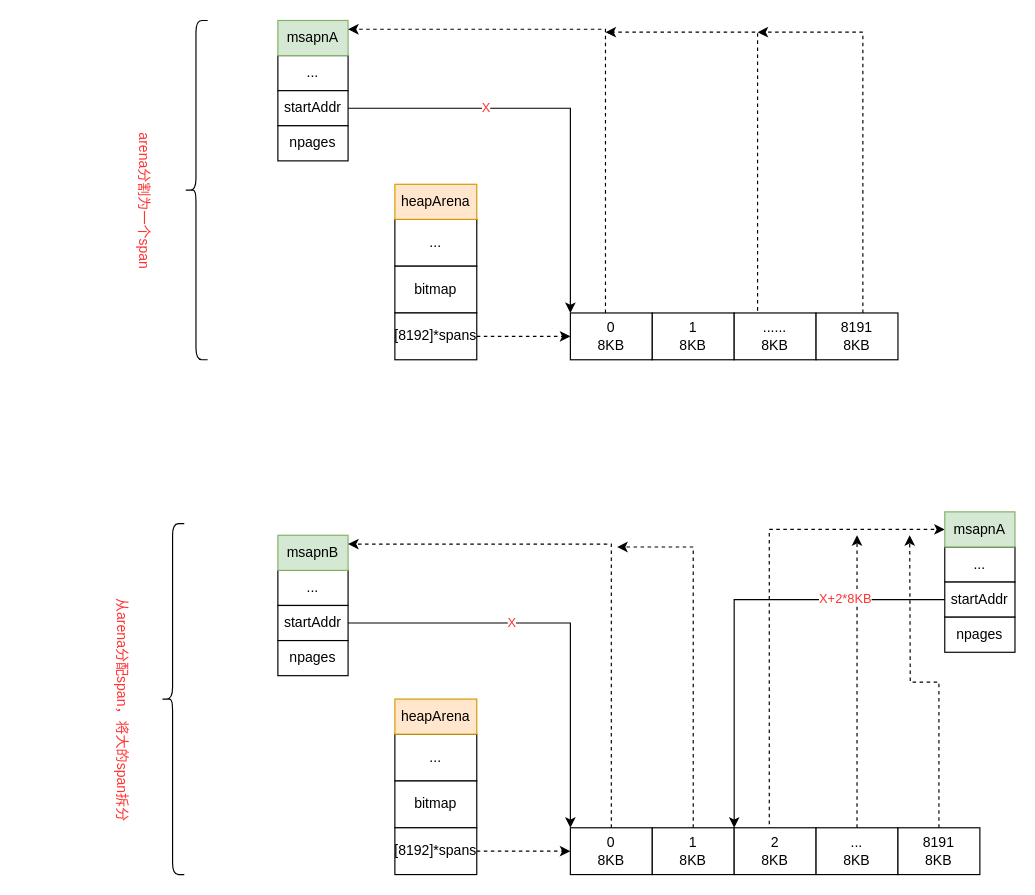
6z7/my-notebook keeps this draw.io diagram as page "span分裂" (4 of 5) of dev-tool/go/内存管理/asset/内存管理.drawio. Above is the earlier version. Source tidied: cells renumbered, new cells numbered last; positions are measured from the earlier drawing's top-left corner, leaving out a move shared by most shapes. Both pictures are drawn from the tidied source at 117%, with x=0, y=0 at pixel (-1, 20).
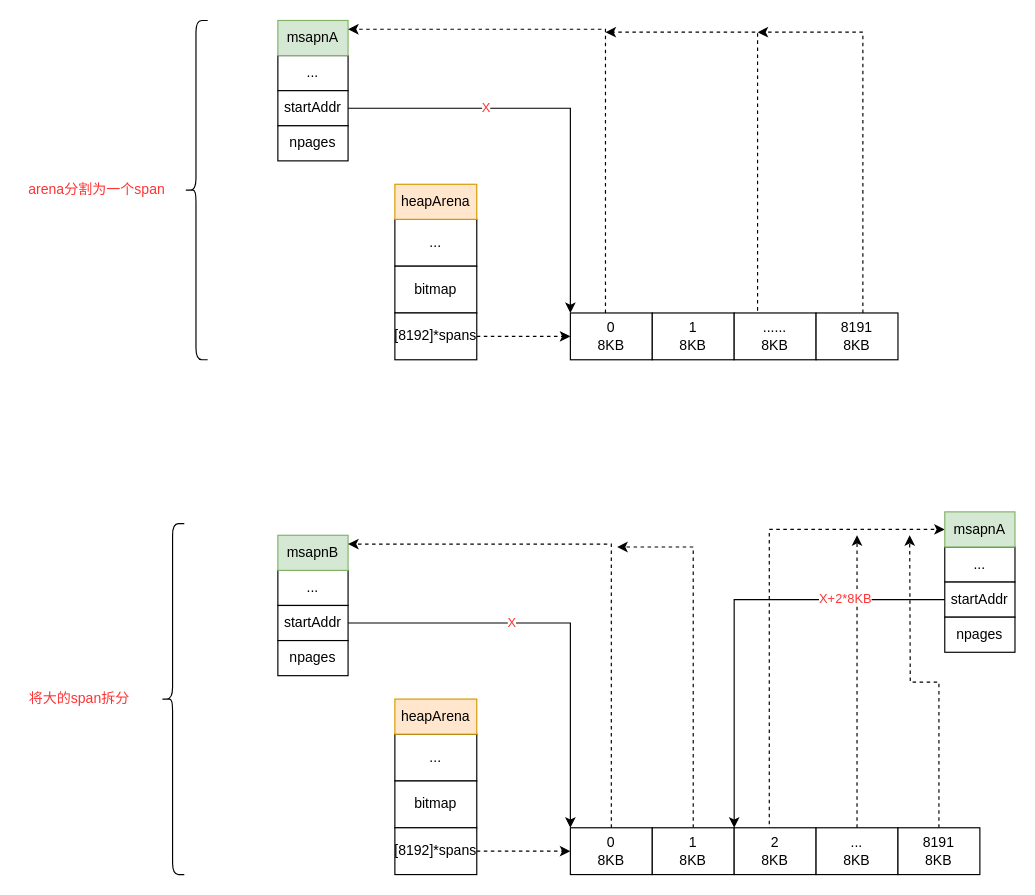
After the change.

Diff of the diagram source:
```diff
@@
-    <mxCell id="63" value="arena分割为一个span" style="text;html=1;align=center;verticalAlign=middle;fontColor=#FF3333;rotation=90;" parent="1" vertex="1">
-      <mxGeometry x="59" y="144" width="130" height="20" as="geometry" />
+    <mxCell id="63" value="arena分割为一个span" style="text;html=1;align=center;verticalAlign=middle;fontColor=#FF3333;rotation=0;" parent="1" vertex="1">
+      <mxGeometry x="18" y="135" width="130" height="20" as="geometry" />
     </mxCell>
@@
-    <mxCell id="65" value="从arena分配span，将大的span拆分" style="text;html=1;align=center;verticalAlign=middle;fontColor=#FF3333;rotation=90;" parent="1" vertex="1">
-      <mxGeometry y="579" width="210" height="20" as="geometry" />
+    <mxCell id="65" value="将大的span拆分" style="text;html=1;align=center;verticalAlign=middle;fontColor=#FF3333;rotation=0;" parent="1" vertex="1">
+      <mxGeometry x="18" y="570" width="100" height="20" as="geometry" />
     </mxCell>
```
